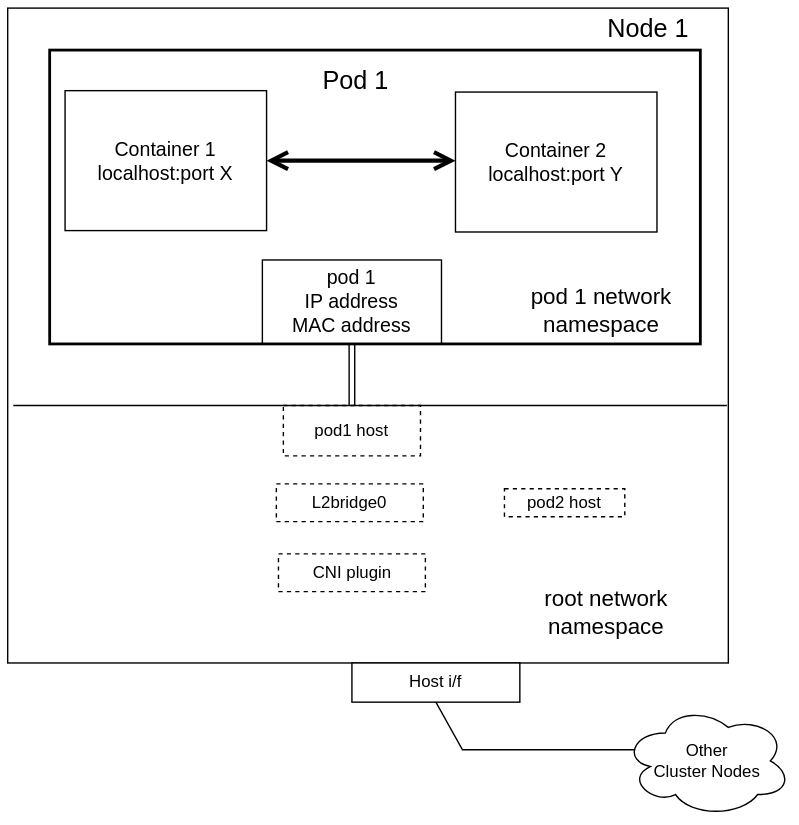
Above: content/en/docs/images/k8net-localhost.drawio.svg in kubernetes/website (draw.io), before the change. Source tidied: cells renumbered, new cells last; positions are measured from the earlier drawing's top-left corner, leaving out a move shared by most shapes.
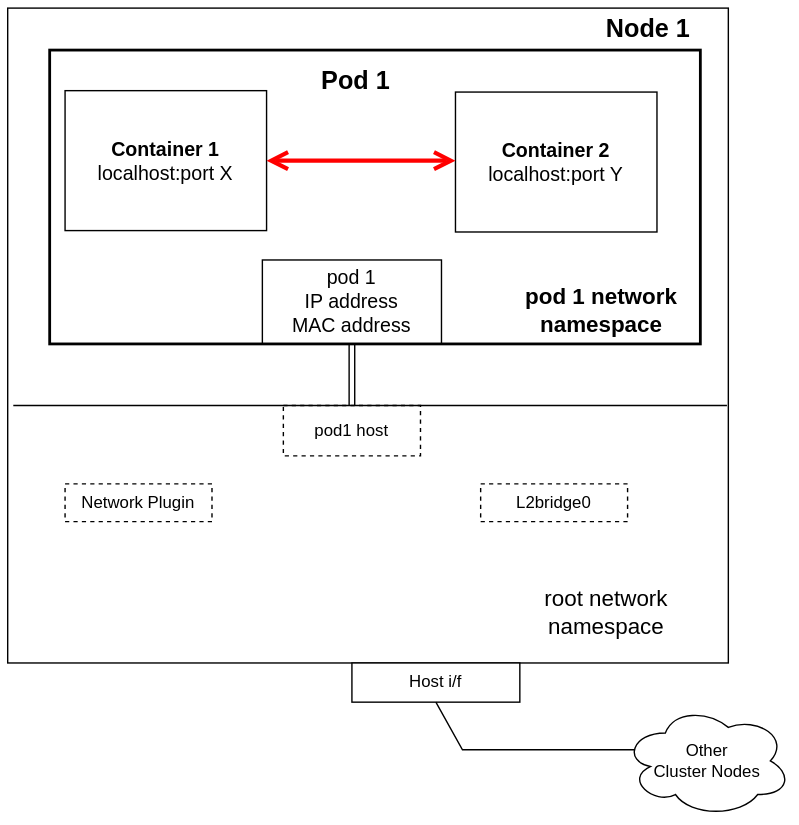
Later version of the same file.

Commit message:
mod text to examples context, updated figures

The edit, as a diff of the source:
```diff
@@ -12,27 +12,24 @@
       <mxGeometry x="246" y="468" width="120" height="28" as="geometry" />
     </mxCell>
     <mxCell id="5" value="L2bridge0" style="rounded=0;whiteSpace=wrap;html=1;fillColor=none;dashed=1;" parent="1" vertex="1">
-      <mxGeometry x="192" y="340" width="105" height="27" as="geometry" />
+      <mxGeometry x="338" y="340" width="105" height="27" as="geometry" />
     </mxCell>
     <mxCell id="6" value="pod1 host" style="rounded=0;whiteSpace=wrap;html=1;shadow=0;dashed=1;" parent="1" vertex="1">
       <mxGeometry x="197" y="284" width="98" height="36" as="geometry" />
     </mxCell>
-    <mxCell id="7" value="pod2 host" style="rounded=0;whiteSpace=wrap;html=1;fillColor=none;dashed=1;" parent="1" vertex="1">
-      <mxGeometry x="355" y="343.5" width="86" height="20" as="geometry" />
-    </mxCell>
     <mxCell id="8" style="edgeStyle=orthogonalEdgeStyle;rounded=0;jettySize=auto;html=1;exitX=0.5;exitY=1;exitDx=0;exitDy=0;fontSize=15;endArrow=none;endFill=0;shape=link;" parent="1" edge="1" source="9" target="6">
       <mxGeometry relative="1" as="geometry" />
     </mxCell>
     <mxCell id="9" value="pod 1&lt;br&gt;IP address&lt;br&gt;MAC address" style="rounded=0;whiteSpace=wrap;html=1;fillColor=none;fontSize=14;" parent="1" vertex="1">
       <mxGeometry x="182" y="180" width="128" height="60" as="geometry" />
     </mxCell>
-    <mxCell id="10" value="Container 1&lt;br&gt;localhost:port X" style="rounded=0;whiteSpace=wrap;html=1;fillColor=none;fontSize=14;" parent="1" vertex="1">
+    <mxCell id="10" value="&lt;b&gt;Container 1&lt;/b&gt;&lt;br&gt;localhost:port X" style="rounded=0;whiteSpace=wrap;html=1;fillColor=none;fontSize=14;" parent="1" vertex="1">
       <mxGeometry x="41" y="59" width="144" height="100" as="geometry" />
     </mxCell>
     <mxCell id="11" value="Other &lt;br&gt;Cluster Nodes&lt;br&gt;" style="ellipse;shape=cloud;whiteSpace=wrap;html=1;fillColor=none;" parent="1" vertex="1">
       <mxGeometry x="440" y="498" width="120" height="80" as="geometry" />
     </mxCell>
-    <mxCell id="12" value="&lt;font style=&quot;font-size: 18px;&quot;&gt;Node 1&lt;/font&gt;" style="text;html=1;strokeColor=none;fillColor=none;align=center;verticalAlign=middle;whiteSpace=wrap;rounded=0;fontSize=18;" parent="1" vertex="1">
+    <mxCell id="12" value="&lt;font style=&quot;font-size: 18px;&quot;&gt;Node 1&lt;/font&gt;" style="text;html=1;strokeColor=none;fillColor=none;align=center;verticalAlign=middle;whiteSpace=wrap;rounded=0;fontSize=18;fontStyle=1;" parent="1" vertex="1">
       <mxGeometry x="415" width="86" height="30" as="geometry" />
     </mxCell>
     <mxCell id="13" style="endArrow=none;html=1;rounded=0;fontSize=15;" parent="1" edge="1">
@@ -41,10 +38,10 @@
         <mxPoint x="514" y="284" as="targetPoint" />
       </mxGeometry>
     </mxCell>
-    <mxCell id="14" value="&lt;span style=&quot;font-size: 18px;&quot;&gt;Pod 1&lt;/span&gt;" style="text;html=1;strokeColor=none;fillColor=none;align=center;verticalAlign=middle;whiteSpace=wrap;rounded=0;fontSize=18;" parent="1" vertex="1">
+    <mxCell id="14" value="&lt;span style=&quot;font-size: 18px;&quot;&gt;Pod 1&lt;/span&gt;" style="text;html=1;strokeColor=none;fillColor=none;align=center;verticalAlign=middle;whiteSpace=wrap;rounded=0;fontSize=18;fontStyle=1;" parent="1" vertex="1">
       <mxGeometry x="219" y="37" width="60" height="30" as="geometry" />
     </mxCell>
-    <mxCell id="15" value="&lt;font style=&quot;font-size: 16px;&quot;&gt;pod 1 network&lt;br style=&quot;font-size: 16px;&quot;&gt;namespace&lt;br style=&quot;font-size: 16px;&quot;&gt;&lt;/font&gt;" style="text;html=1;strokeColor=none;fillColor=none;align=center;verticalAlign=middle;whiteSpace=wrap;rounded=0;fontSize=16;" parent="1" vertex="1">
+    <mxCell id="15" value="&lt;font style=&quot;font-size: 16px;&quot;&gt;pod 1 network&lt;br style=&quot;font-size: 16px;&quot;&gt;namespace&lt;br style=&quot;font-size: 16px;&quot;&gt;&lt;/font&gt;" style="text;html=1;strokeColor=none;fillColor=none;align=center;verticalAlign=middle;whiteSpace=wrap;rounded=0;fontSize=16;fontStyle=1;" parent="1" vertex="1">
       <mxGeometry x="352" y="197.5" width="145" height="37.5" as="geometry" />
     </mxCell>
     <mxCell id="16" value="&lt;font style=&quot;font-size: 16px;&quot;&gt;root network&lt;br style=&quot;font-size: 16px;&quot;&gt;namespace&lt;br style=&quot;font-size: 16px;&quot;&gt;&lt;/font&gt;" style="text;html=1;strokeColor=none;fillColor=none;align=center;verticalAlign=middle;whiteSpace=wrap;rounded=0;fontSize=16;" parent="1" vertex="1">
@@ -57,13 +54,13 @@
         </Array>
       </mxGeometry>
     </mxCell>
-    <mxCell id="18" value="CNI plugin" style="rounded=0;whiteSpace=wrap;html=1;fillColor=none;dashed=1;" parent="1" vertex="1">
-      <mxGeometry x="193.5" y="390" width="105" height="27" as="geometry" />
+    <mxCell id="18" value="Network Plugin" style="rounded=0;whiteSpace=wrap;html=1;fillColor=none;dashed=1;" parent="1" vertex="1">
+      <mxGeometry x="41" y="340" width="105" height="27" as="geometry" />
     </mxCell>
-    <mxCell id="19" value="Container 2&lt;br&gt;localhost:port Y" style="rounded=0;whiteSpace=wrap;html=1;fillColor=none;fontSize=14;" parent="1" vertex="1">
+    <mxCell id="19" value="&lt;b&gt;Container 2&lt;/b&gt;&lt;br&gt;localhost:port Y" style="rounded=0;whiteSpace=wrap;html=1;fillColor=none;fontSize=14;" parent="1" vertex="1">
       <mxGeometry x="320" y="60" width="144" height="100" as="geometry" />
     </mxCell>
-    <mxCell id="20" style="endArrow=open;startArrow=open;html=1;rounded=0;fontSize=14;exitX=1;exitY=0.5;exitDx=0;exitDy=0;startFill=0;endSize=9;endFill=0;startSize=9;strokeWidth=3;" parent="1" edge="1" source="10">
+    <mxCell id="20" style="endArrow=open;startArrow=open;html=1;rounded=0;fontSize=14;exitX=1;exitY=0.5;exitDx=0;exitDy=0;startFill=0;endSize=9;endFill=0;startSize=9;strokeWidth=3;strokeColor=#FF0000;" parent="1" edge="1" source="10">
       <mxGeometry relative="1" as="geometry">
         <mxPoint x="320" y="109" as="targetPoint" />
       </mxGeometry>
```
